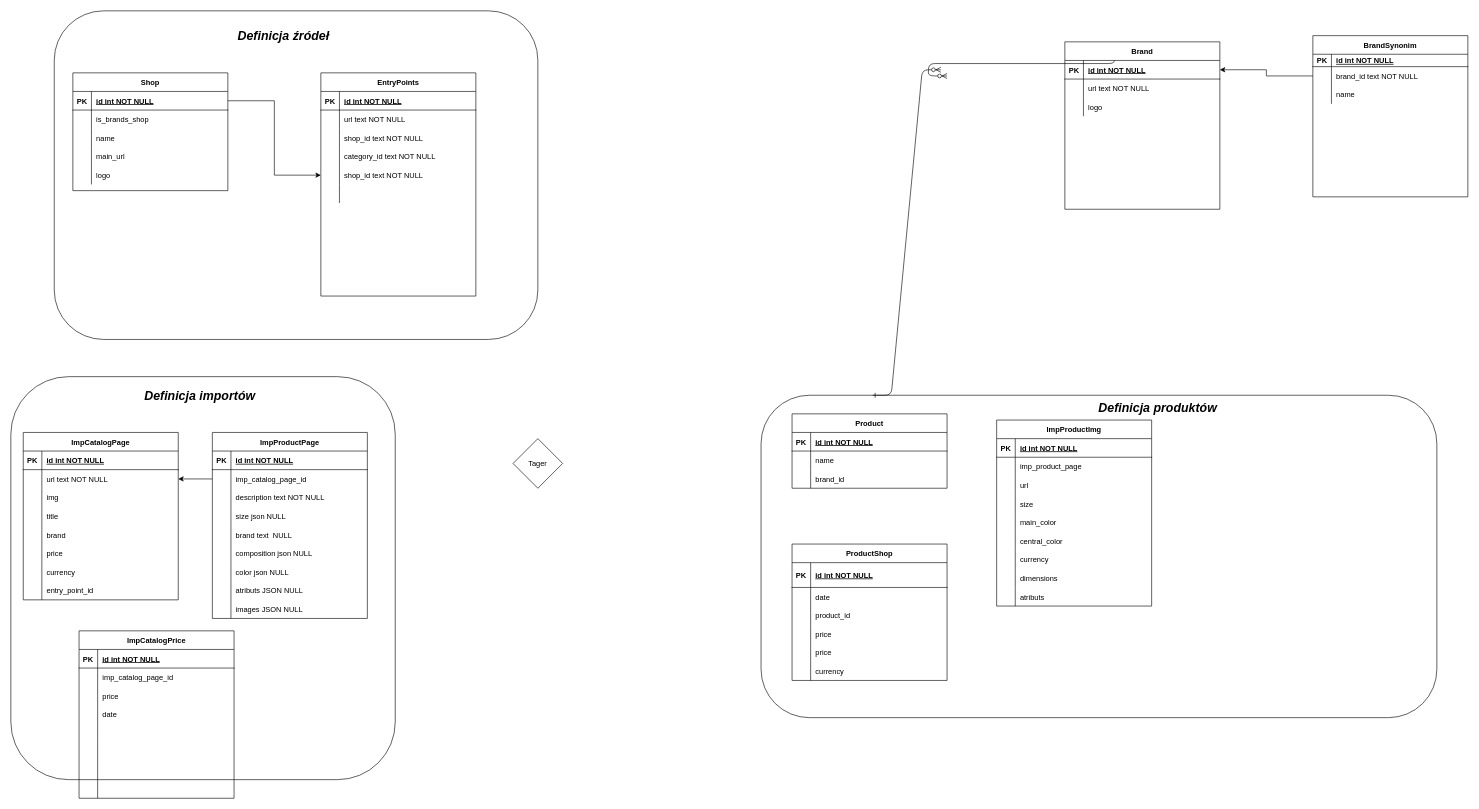
The draw.io diagram new_db_str.drawio in proozack/price, before the edit. Source tidied: cells renumbered, new cells numbered last; positions are measured from the earlier drawing's top-left corner, leaving out a move shared by most shapes. Both pictures are drawn from the tidied source at 62%, with x=0, y=0 at pixel (11, 11).
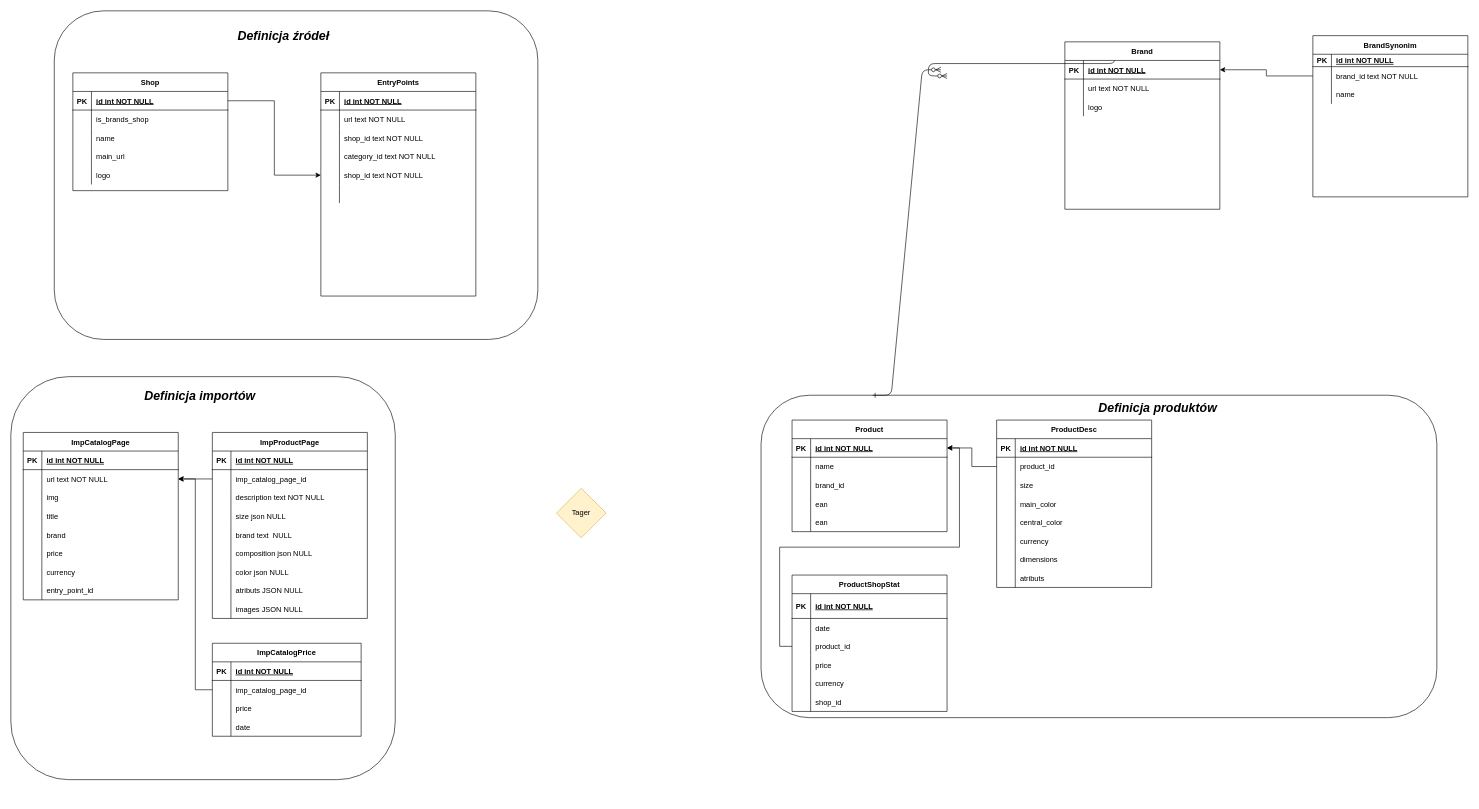
The same page after the edit.

The change refers to these unchanged cells:
```xml
<mxCell id="30" style="shape=partialRectangle;fillColor=none;points=[[0,0.5],[1,0.5]];portConstraint=eastwest;top=0;left=0;right=0;bottom=0;" parent="26" vertex="1">
  <mxGeometry y="60" width="250" height="30" as="geometry" />
</mxCell>
<mxCell id="91" style="shape=partialRectangle;fillColor=none;points=[[0,0.5],[1,0.5]];portConstraint=eastwest;top=0;left=0;right=0;bottom=1;" parent="90" vertex="1">
  <mxGeometry y="30" width="250" height="30" as="geometry" />
</mxCell>
<mxCell id="107" style="shape=partialRectangle;fillColor=none;points=[[0,0.5],[1,0.5]];portConstraint=eastwest;top=0;left=0;right=0;bottom=0;" parent="100" vertex="1">
  <mxGeometry y="100" width="250" height="30" as="geometry" />
</mxCell>
<mxCell id="152" style="shape=partialRectangle;fillColor=none;points=[[0,0.5],[1,0.5]];portConstraint=eastwest;top=0;left=0;right=0;bottom=0;" parent="148" vertex="1">
  <mxGeometry y="60" width="250" height="30" as="geometry" />
</mxCell>
```

Diff of the diagram source:
```diff
@@
     <mxCell id="90" value="Product" style="shape=table;startSize=30;childLayout=tableLayout;rowLines=0;fontStyle=1;align=center;" parent="1" vertex="1">
-      <mxGeometry x="1260" y="650" width="250" height="120" as="geometry" />
+      <mxGeometry x="1260" y="660" width="250" height="180" as="geometry" />
     </mxCell>
@@
+    <mxCell id="204" style="shape=partialRectangle;fillColor=none;top=0;left=0;right=0;bottom=0;" parent="90" vertex="1">
+      <mxGeometry y="120" width="250" height="30" as="geometry" />
+    </mxCell>
+    <mxCell id="205" style="shape=partialRectangle;overflow=hidden;fillColor=none;top=0;left=0;bottom=0;right=0;" parent="204" vertex="1">
+      <mxGeometry width="30" height="30" as="geometry" />
+    </mxCell>
+    <mxCell id="206" value="ean" style="shape=partialRectangle;overflow=hidden;fillColor=none;top=0;left=0;bottom=0;right=0;align=left;spacingLeft=6;" parent="204" vertex="1">
+      <mxGeometry x="30" width="220" height="30" as="geometry" />
+    </mxCell>
+    <mxCell id="192" style="shape=partialRectangle;fillColor=none;top=0;left=0;right=0;bottom=0;" parent="90" vertex="1">
+      <mxGeometry y="150" width="250" height="30" as="geometry" />
+    </mxCell>
+    <mxCell id="207" style="shape=partialRectangle;overflow=hidden;fillColor=none;top=0;left=0;bottom=0;right=0;" parent="192" vertex="1">
+      <mxGeometry width="30" height="30" as="geometry" />
+    </mxCell>
+    <mxCell id="208" value="ean" style="shape=partialRectangle;overflow=hidden;fillColor=none;top=0;left=0;bottom=0;right=0;align=left;spacingLeft=6;" parent="192" vertex="1">
+      <mxGeometry x="30" width="220" height="30" as="geometry" />
+    </mxCell>
-    <mxCell id="100" value="ProductShop" style="shape=table;startSize=30;childLayout=tableLayout;rowLines=0;fontStyle=1;align=center;" parent="1" vertex="1">
-      <mxGeometry x="1260" y="860" width="250" height="220" as="geometry" />
+    <mxCell id="100" value="ProductShopStat" style="shape=table;startSize=30;childLayout=tableLayout;rowLines=0;fontStyle=1;align=center;" parent="1" vertex="1">
+      <mxGeometry x="1260" y="910" width="250" height="220" as="geometry" />
     </mxCell>
@@
-    <mxCell id="113" style="shape=partialRectangle;fillColor=none;top=0;left=0;right=0;bottom=0;" parent="100" vertex="1">
-      <mxGeometry y="160" width="250" height="30" as="geometry" />
-    </mxCell>
-    <mxCell id="114" style="shape=partialRectangle;overflow=hidden;fillColor=none;top=0;left=0;bottom=0;right=0;" parent="113" vertex="1">
-      <mxGeometry width="30" height="30" as="geometry" />
-    </mxCell>
-    <mxCell id="115" value="price" style="shape=partialRectangle;overflow=hidden;fillColor=none;top=0;left=0;bottom=0;right=0;align=left;spacingLeft=6;" parent="113" vertex="1">
-      <mxGeometry x="30" width="220" height="30" as="geometry" />
-    </mxCell>
     <mxCell id="116" style="shape=partialRectangle;fillColor=none;top=0;left=0;right=0;bottom=0;" parent="100" vertex="1">
-      <mxGeometry y="190" width="250" height="30" as="geometry" />
+      <mxGeometry y="160" width="250" height="30" as="geometry" />
     </mxCell>
@@
+    <mxCell id="209" style="shape=partialRectangle;fillColor=none;top=0;left=0;right=0;bottom=0;" parent="100" vertex="1">
+      <mxGeometry y="190" width="250" height="30" as="geometry" />
+    </mxCell>
+    <mxCell id="210" style="shape=partialRectangle;overflow=hidden;fillColor=none;top=0;left=0;bottom=0;right=0;" parent="209" vertex="1">
+      <mxGeometry width="30" height="30" as="geometry" />
+    </mxCell>
+    <mxCell id="211" value="shop_id" style="shape=partialRectangle;overflow=hidden;fillColor=none;top=0;left=0;bottom=0;right=0;align=left;spacingLeft=6;" parent="209" vertex="1">
+      <mxGeometry x="30" width="220" height="30" as="geometry" />
+    </mxCell>
@@
-    <mxCell id="148" value="ImpProductImg" style="shape=table;startSize=30;childLayout=tableLayout;rowLines=0;fontStyle=1;align=center;" parent="1" vertex="1">
-      <mxGeometry x="1590" y="660" width="250" height="300" as="geometry" />
+    <mxCell id="148" value="ProductDesc" style="shape=table;startSize=30;childLayout=tableLayout;rowLines=0;fontStyle=1;align=center;" parent="1" vertex="1">
+      <mxGeometry x="1590" y="660" width="250" height="270" as="geometry" />
     </mxCell>
@@
-    <mxCell id="154" value="imp_product_page" style="shape=partialRectangle;overflow=hidden;fillColor=none;top=0;left=0;bottom=0;right=0;align=left;spacingLeft=6;" parent="152" vertex="1">
+    <mxCell id="154" value="product_id" style="shape=partialRectangle;overflow=hidden;fillColor=none;top=0;left=0;bottom=0;right=0;align=left;spacingLeft=6;" parent="152" vertex="1">
       <mxGeometry x="30" width="220" height="30" as="geometry" />
     </mxCell>
-    <mxCell id="155" style="shape=partialRectangle;fillColor=none;top=0;left=0;right=0;bottom=0;" parent="148" vertex="1">
-      <mxGeometry y="90" width="250" height="30" as="geometry" />
-    </mxCell>
-    <mxCell id="156" style="shape=partialRectangle;overflow=hidden;fillColor=none;top=0;left=0;bottom=0;right=0;" parent="155" vertex="1">
-      <mxGeometry width="30" height="30" as="geometry" />
-    </mxCell>
-    <mxCell id="157" value="url" style="shape=partialRectangle;overflow=hidden;fillColor=none;top=0;left=0;bottom=0;right=0;align=left;spacingLeft=6;" parent="155" vertex="1">
-      <mxGeometry x="30" width="220" height="30" as="geometry" />
-    </mxCell>
     <mxCell id="158" style="shape=partialRectangle;fillColor=none;top=0;left=0;right=0;bottom=0;" parent="148" vertex="1">
-      <mxGeometry y="120" width="250" height="30" as="geometry" />
+      <mxGeometry y="90" width="250" height="30" as="geometry" />
     </mxCell>
@@
     <mxCell id="161" style="shape=partialRectangle;fillColor=none;top=0;left=0;right=0;bottom=0;" parent="148" vertex="1">
-      <mxGeometry y="150" width="250" height="30" as="geometry" />
+      <mxGeometry y="120" width="250" height="30" as="geometry" />
     </mxCell>
@@
     <mxCell id="164" style="shape=partialRectangle;fillColor=none;top=0;left=0;right=0;bottom=0;" parent="148" vertex="1">
-      <mxGeometry y="180" width="250" height="30" as="geometry" />
+      <mxGeometry y="150" width="250" height="30" as="geometry" />
     </mxCell>
@@
     <mxCell id="167" style="shape=partialRectangle;fillColor=none;top=0;left=0;right=0;bottom=0;" parent="148" vertex="1">
-      <mxGeometry y="210" width="250" height="30" as="geometry" />
+      <mxGeometry y="180" width="250" height="30" as="geometry" />
     </mxCell>
@@
     <mxCell id="170" style="shape=partialRectangle;fillColor=none;top=0;left=0;right=0;bottom=0;" parent="148" vertex="1">
-      <mxGeometry y="240" width="250" height="30" as="geometry" />
+      <mxGeometry y="210" width="250" height="30" as="geometry" />
     </mxCell>
@@
     <mxCell id="173" style="shape=partialRectangle;fillColor=none;top=0;left=0;right=0;bottom=0;" parent="148" vertex="1">
-      <mxGeometry y="270" width="250" height="30" as="geometry" />
+      <mxGeometry y="240" width="250" height="30" as="geometry" />
     </mxCell>
@@
-    <mxCell id="178" value="Tager" style="rhombus;whiteSpace=wrap;html=1;" parent="1" vertex="1">
-      <mxGeometry x="810" y="690" width="80" height="80" as="geometry" />
+    <mxCell id="178" value="Tager" style="rhombus;whiteSpace=wrap;html=1;fillColor=#fff2cc;strokeColor=#d6b656;" parent="1" vertex="1">
+      <mxGeometry x="880" y="770" width="80" height="80" as="geometry" />
     </mxCell>
     <mxCell id="179" value="ImpCatalogPrice" style="shape=table;startSize=30;childLayout=tableLayout;rowLines=0;fontStyle=1;align=center;" parent="1" vertex="1">
-      <mxGeometry x="110" y="1000" width="250" height="270" as="geometry" />
+      <mxGeometry x="325" y="1020" width="240" height="150" as="geometry" />
     </mxCell>
     <mxCell id="180" style="shape=partialRectangle;fillColor=none;top=0;left=0;right=0;bottom=1;" parent="179" vertex="1">
-      <mxGeometry y="30" width="250" height="30" as="geometry" />
+      <mxGeometry y="30" width="240" height="30" as="geometry" />
     </mxCell>
@@
     <mxCell id="182" value="id int NOT NULL " style="shape=partialRectangle;overflow=hidden;fillColor=none;top=0;left=0;bottom=0;right=0;align=left;spacingLeft=6;fontStyle=5;" parent="180" vertex="1">
-      <mxGeometry x="30" width="220" height="30" as="geometry" />
+      <mxGeometry x="30" width="210" height="30" as="geometry" />
     </mxCell>
     <mxCell id="183" style="shape=partialRectangle;fillColor=none;points=[[0,0.5],[1,0.5]];portConstraint=eastwest;top=0;left=0;right=0;bottom=0;" parent="179" vertex="1">
-      <mxGeometry y="60" width="250" height="30" as="geometry" />
+      <mxGeometry y="60" width="240" height="30" as="geometry" />
     </mxCell>
@@
     <mxCell id="185" value="imp_catalog_page_id" style="shape=partialRectangle;overflow=hidden;fillColor=none;top=0;left=0;bottom=0;right=0;align=left;spacingLeft=6;" parent="183" vertex="1">
-      <mxGeometry x="30" width="220" height="30" as="geometry" />
+      <mxGeometry x="30" width="210" height="30" as="geometry" />
     </mxCell>
     <mxCell id="186" style="shape=partialRectangle;fillColor=none;top=0;left=0;right=0;bottom=0;" parent="179" vertex="1">
-      <mxGeometry y="90" width="250" height="30" as="geometry" />
+      <mxGeometry y="90" width="240" height="30" as="geometry" />
     </mxCell>
@@
     <mxCell id="188" value="price" style="shape=partialRectangle;overflow=hidden;fillColor=none;top=0;left=0;bottom=0;right=0;align=left;spacingLeft=6;" parent="186" vertex="1">
-      <mxGeometry x="30" width="220" height="30" as="geometry" />
+      <mxGeometry x="30" width="210" height="30" as="geometry" />
     </mxCell>
     <mxCell id="189" style="shape=partialRectangle;fillColor=none;top=0;left=0;right=0;bottom=0;" parent="179" vertex="1">
-      <mxGeometry y="120" width="250" height="30" as="geometry" />
+      <mxGeometry y="120" width="240" height="30" as="geometry" />
     </mxCell>
@@
     <mxCell id="191" value="date" style="shape=partialRectangle;overflow=hidden;fillColor=none;top=0;left=0;bottom=0;right=0;align=left;spacingLeft=6;" parent="189" vertex="1">
-      <mxGeometry x="30" width="220" height="30" as="geometry" />
+      <mxGeometry x="30" width="210" height="30" as="geometry" />
     </mxCell>
-    <mxCell id="192" style="shape=partialRectangle;fillColor=none;top=0;left=0;right=0;bottom=0;" parent="179" vertex="1">
-      <mxGeometry y="150" width="250" height="30" as="geometry" />
-    </mxCell>
-    <mxCell id="193" style="shape=partialRectangle;overflow=hidden;fillColor=none;top=0;left=0;bottom=0;right=0;" parent="192" vertex="1">
-      <mxGeometry width="30" height="30" as="geometry" />
-    </mxCell>
-    <mxCell id="194" style="shape=partialRectangle;overflow=hidden;fillColor=none;top=0;left=0;bottom=0;right=0;align=left;spacingLeft=6;" parent="192" vertex="1">
-      <mxGeometry x="30" width="220" height="30" as="geometry" />
-    </mxCell>
-    <mxCell id="195" style="shape=partialRectangle;fillColor=none;top=0;left=0;right=0;bottom=0;" parent="179" vertex="1">
-      <mxGeometry y="180" width="250" height="30" as="geometry" />
-    </mxCell>
-    <mxCell id="196" style="shape=partialRectangle;overflow=hidden;fillColor=none;top=0;left=0;bottom=0;right=0;" parent="195" vertex="1">
-      <mxGeometry width="30" height="30" as="geometry" />
-    </mxCell>
-    <mxCell id="197" style="shape=partialRectangle;overflow=hidden;fillColor=none;top=0;left=0;bottom=0;right=0;align=left;spacingLeft=6;" parent="195" vertex="1">
-      <mxGeometry x="30" width="220" height="30" as="geometry" />
-    </mxCell>
-    <mxCell id="198" style="shape=partialRectangle;fillColor=none;top=0;left=0;right=0;bottom=0;" parent="179" vertex="1">
-      <mxGeometry y="210" width="250" height="30" as="geometry" />
-    </mxCell>
-    <mxCell id="199" style="shape=partialRectangle;overflow=hidden;fillColor=none;top=0;left=0;bottom=0;right=0;" parent="198" vertex="1">
-      <mxGeometry width="30" height="30" as="geometry" />
-    </mxCell>
-    <mxCell id="200" style="shape=partialRectangle;overflow=hidden;fillColor=none;top=0;left=0;bottom=0;right=0;align=left;spacingLeft=6;" parent="198" vertex="1">
-      <mxGeometry x="30" width="220" height="30" as="geometry" />
-    </mxCell>
-    <mxCell id="201" style="shape=partialRectangle;fillColor=none;top=0;left=0;right=0;bottom=0;" parent="179" vertex="1">
-      <mxGeometry y="240" width="250" height="30" as="geometry" />
-    </mxCell>
-    <mxCell id="202" style="shape=partialRectangle;overflow=hidden;fillColor=none;top=0;left=0;bottom=0;right=0;" parent="201" vertex="1">
-      <mxGeometry width="30" height="30" as="geometry" />
-    </mxCell>
-    <mxCell id="203" style="shape=partialRectangle;overflow=hidden;fillColor=none;top=0;left=0;bottom=0;right=0;align=left;spacingLeft=6;" parent="201" vertex="1">
-      <mxGeometry x="30" width="220" height="30" as="geometry" />
-    </mxCell>
+    <mxCell id="212" style="edgeStyle=orthogonalEdgeStyle;rounded=0;jettySize=auto;html=1;entryX=1;entryY=0.5;entryDx=0;entryDy=0;" parent="1" edge="1" source="183" target="30">
+      <mxGeometry relative="1" as="geometry" />
+    </mxCell>
+    <mxCell id="213" style="edgeStyle=orthogonalEdgeStyle;rounded=0;jettySize=auto;html=1;" parent="1" edge="1" source="152" target="91">
+      <mxGeometry relative="1" as="geometry" />
+    </mxCell>
+    <mxCell id="214" style="edgeStyle=orthogonalEdgeStyle;rounded=0;jettySize=auto;html=1;entryX=1;entryY=0.5;entryDx=0;entryDy=0;exitX=0;exitY=0.5;exitDx=0;exitDy=0;" parent="1" edge="1" source="107" target="91">
+      <mxGeometry relative="1" as="geometry" />
+    </mxCell>
```
